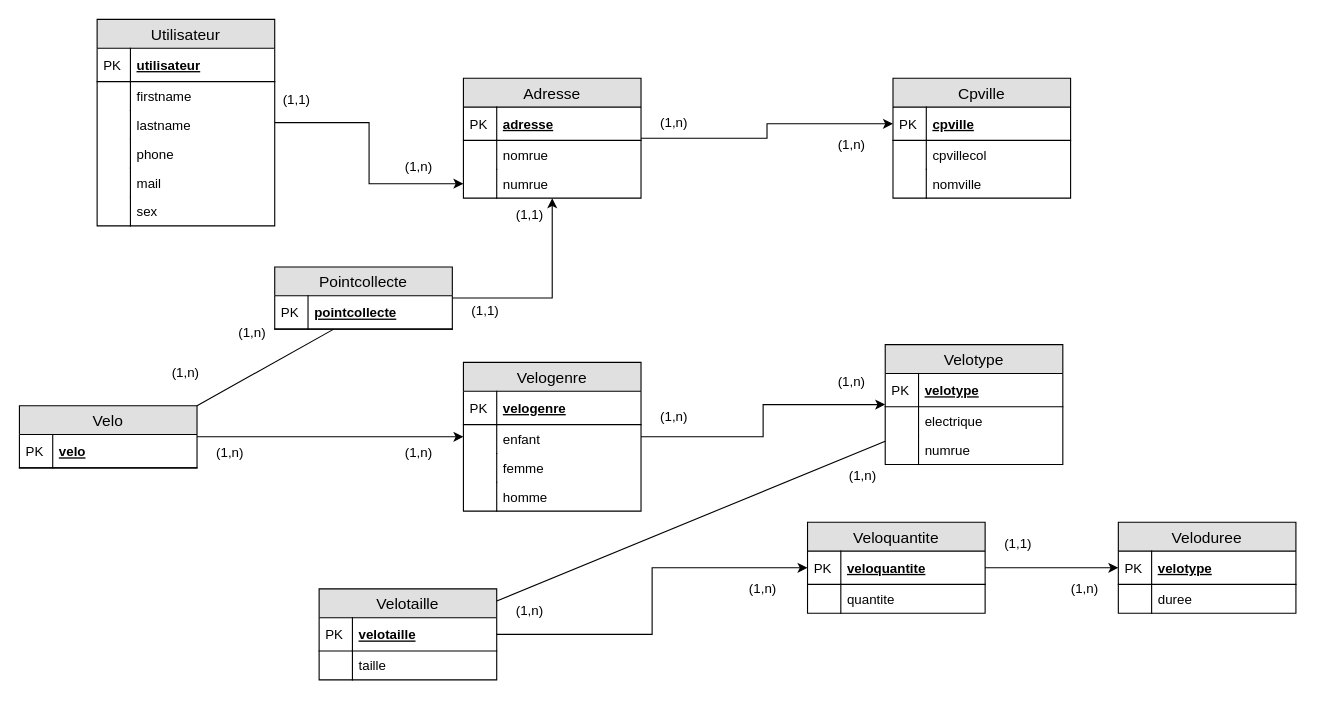
Earlier version of the draw.io diagram MySQL/Untitled Diagram.drawio (Barrkevin/GithubKevin). Source tidied: cells renumbered, new cells numbered last; positions are measured from the earlier drawing's top-left corner, leaving out a move shared by most shapes. Both pictures are drawn from the tidied source at 111%, with x=0, y=0 at pixel (19, 19).
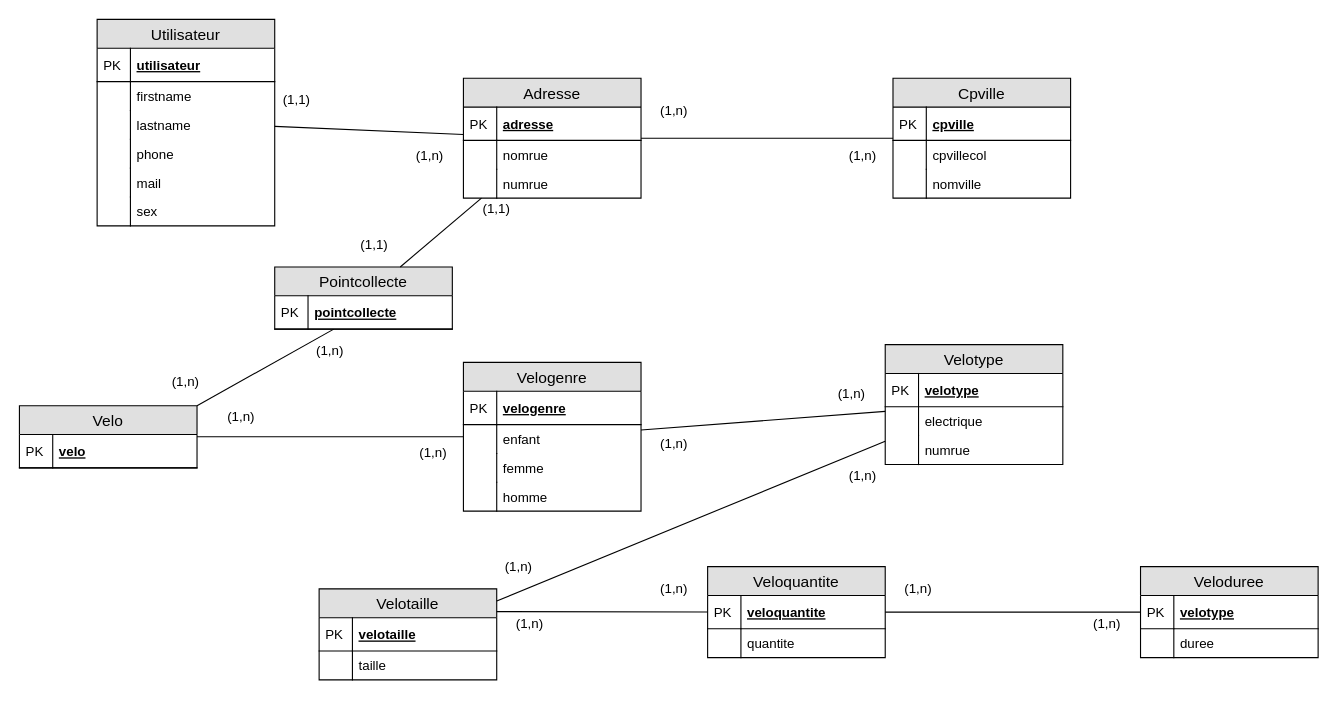
After the change.

The change refers to these unchanged cells:
```xml
<mxCell id="3" value="Utilisateur" style="swimlane;fontStyle=0;horizontal=1;startSize=26;fillColor=#e0e0e0;swimlaneFillColor=#ffffff;align=center;fontSize=14;" parent="1" vertex="1">
  <mxGeometry x="70" width="160" height="186" as="geometry" />
</mxCell>
<mxCell id="17" value="Adresse" style="swimlane;fontStyle=0;horizontal=1;startSize=26;fillColor=#e0e0e0;swimlaneFillColor=#ffffff;align=center;fontSize=14;" parent="1" vertex="1">
  <mxGeometry x="400" y="53" width="160" height="108" as="geometry" />
</mxCell>
<mxCell id="22" value="numrue" style="shape=partialRectangle;top=0;left=0;right=0;bottom=0;align=left;verticalAlign=top;fillColor=none;spacingLeft=34;spacingRight=4;overflow=hidden;points=[[0,0.5],[1,0.5]];portConstraint=eastwest;fontSize=12;" parent="17" vertex="1">
  <mxGeometry y="82" width="160" height="26" as="geometry" />
</mxCell>
<mxCell id="24" value="Cpville" style="swimlane;fontStyle=0;horizontal=1;startSize=26;fillColor=#e0e0e0;swimlaneFillColor=#ffffff;align=center;fontSize=14;" parent="1" vertex="1">
  <mxGeometry x="787" y="53" width="160" height="108" as="geometry" />
</mxCell>
<mxCell id="25" value="cpville" style="shape=partialRectangle;top=0;left=0;right=0;bottom=1;align=left;verticalAlign=middle;fillColor=none;spacingLeft=34;spacingRight=4;overflow=hidden;points=[[0,0.5],[1,0.5]];portConstraint=eastwest;fontStyle=5;fontSize=12;" parent="24" vertex="1">
  <mxGeometry y="26" width="160" height="30" as="geometry" />
</mxCell>
<mxCell id="32" value="Velo" style="swimlane;fontStyle=0;horizontal=1;startSize=26;fillColor=#e0e0e0;swimlaneFillColor=#ffffff;align=center;fontSize=14;" parent="1" vertex="1">
  <mxGeometry y="348" width="160" height="56" as="geometry" />
</mxCell>
<mxCell id="36" value="Velogenre" style="swimlane;fontStyle=0;horizontal=1;startSize=26;fillColor=#e0e0e0;swimlaneFillColor=#ffffff;align=center;fontSize=14;" parent="1" vertex="1">
  <mxGeometry x="400" y="309" width="160" height="134" as="geometry" />
</mxCell>
<mxCell id="45" value="Velotype" style="swimlane;fontStyle=0;horizontal=1;startSize=26;fillColor=#e0e0e0;swimlaneFillColor=#ffffff;align=center;fontSize=14;" parent="1" vertex="1">
  <mxGeometry x="780" y="293" width="160" height="108" as="geometry" />
</mxCell>
<mxCell id="53" value="velotype" style="shape=partialRectangle;top=0;left=0;right=0;bottom=1;align=left;verticalAlign=middle;fillColor=none;spacingLeft=34;spacingRight=4;overflow=hidden;points=[[0,0.5],[1,0.5]];portConstraint=eastwest;fontStyle=5;fontSize=12;" parent="52" vertex="1">
  <mxGeometry y="26" width="160" height="30" as="geometry" />
</mxCell>
<mxCell id="58" value="veloquantite" style="shape=partialRectangle;top=0;left=0;right=0;bottom=1;align=left;verticalAlign=middle;fillColor=none;spacingLeft=34;spacingRight=4;overflow=hidden;points=[[0,0.5],[1,0.5]];portConstraint=eastwest;fontStyle=5;fontSize=12;" parent="57" vertex="1">
  <mxGeometry y="26" width="160" height="30" as="geometry" />
</mxCell>
<mxCell id="62" value="Velotaille" style="swimlane;fontStyle=0;horizontal=1;startSize=26;fillColor=#e0e0e0;swimlaneFillColor=#ffffff;align=center;fontSize=14;" parent="1" vertex="1">
  <mxGeometry x="270" y="513" width="160" height="82" as="geometry" />
</mxCell>
<mxCell id="63" value="velotaille" style="shape=partialRectangle;top=0;left=0;right=0;bottom=1;align=left;verticalAlign=middle;fillColor=none;spacingLeft=34;spacingRight=4;overflow=hidden;points=[[0,0.5],[1,0.5]];portConstraint=eastwest;fontStyle=5;fontSize=12;" parent="62" vertex="1">
  <mxGeometry y="26" width="160" height="30" as="geometry" />
</mxCell>
<mxCell id="85" value="Pointcollecte" style="swimlane;fontStyle=0;horizontal=1;startSize=26;fillColor=#e0e0e0;swimlaneFillColor=#ffffff;align=center;fontSize=14;" parent="1" vertex="1">
  <mxGeometry x="230" y="223" width="160" height="56" as="geometry" />
</mxCell>
```

Diff of the diagram source:
```diff
@@
-    <mxCell id="2" style="edgeStyle=orthogonalEdgeStyle;rounded=0;jettySize=auto;html=1;" parent="1" edge="1" source="3" target="22">
-      <mxGeometry relative="1" as="geometry" />
-    </mxCell>
@@
-    <mxCell id="16" style="edgeStyle=orthogonalEdgeStyle;rounded=0;jettySize=auto;html=1;" parent="1" edge="1" source="17" target="25">
-      <mxGeometry relative="1" as="geometry" />
-    </mxCell>
@@
-    <mxCell id="31" style="edgeStyle=orthogonalEdgeStyle;rounded=0;jettySize=auto;html=1;" parent="1" edge="1" source="32" target="36">
-      <mxGeometry relative="1" as="geometry" />
-    </mxCell>
@@
-    <mxCell id="35" style="edgeStyle=orthogonalEdgeStyle;rounded=0;jettySize=auto;html=1;" parent="1" edge="1" source="36" target="45">
-      <mxGeometry relative="1" as="geometry" />
-    </mxCell>
@@
     <mxCell id="52" value="Veloduree" style="swimlane;fontStyle=0;horizontal=1;startSize=26;fillColor=#e0e0e0;swimlaneFillColor=#ffffff;align=center;fontSize=14;" parent="1" vertex="1">
-      <mxGeometry x="990" y="453" width="160" height="82" as="geometry" />
+      <mxGeometry x="1010" y="493" width="160" height="82" as="geometry" />
     </mxCell>
@@
     <mxCell id="57" value="Veloquantite" style="swimlane;fontStyle=0;horizontal=1;startSize=26;fillColor=#e0e0e0;swimlaneFillColor=#ffffff;align=center;fontSize=14;" parent="1" vertex="1">
-      <mxGeometry x="710" y="453" width="160" height="82" as="geometry" />
+      <mxGeometry x="620" y="493" width="160" height="82" as="geometry" />
     </mxCell>
@@
-    <mxCell id="69" style="edgeStyle=orthogonalEdgeStyle;rounded=0;jettySize=auto;html=1;" parent="1" edge="1" source="63" target="58">
-      <mxGeometry relative="1" as="geometry" />
-    </mxCell>
-    <mxCell id="70" style="edgeStyle=orthogonalEdgeStyle;rounded=0;jettySize=auto;html=1;" parent="1" edge="1" source="58" target="53">
-      <mxGeometry relative="1" as="geometry" />
-    </mxCell>
@@
     <mxCell id="72" value="(1,n)" style="text;html=1;strokeColor=none;fillColor=none;align=center;verticalAlign=middle;whiteSpace=wrap;rounded=0;" parent="1" vertex="1">
-      <mxGeometry x="340" y="123" width="40" height="20" as="geometry" />
+      <mxGeometry x="350" y="113" width="40" height="20" as="geometry" />
     </mxCell>
     <mxCell id="73" value="(1,n)" style="text;html=1;strokeColor=none;fillColor=none;align=center;verticalAlign=middle;whiteSpace=wrap;rounded=0;" parent="1" vertex="1">
-      <mxGeometry x="570" y="83" width="40" height="20" as="geometry" />
+      <mxGeometry x="570" y="73" width="40" height="20" as="geometry" />
     </mxCell>
     <mxCell id="74" value="(1,n)" style="text;html=1;strokeColor=none;fillColor=none;align=center;verticalAlign=middle;whiteSpace=wrap;rounded=0;" parent="1" vertex="1">
-      <mxGeometry x="730" y="103" width="40" height="20" as="geometry" />
+      <mxGeometry x="740" y="113" width="40" height="20" as="geometry" />
     </mxCell>
     <mxCell id="75" value="(1,n)" style="text;html=1;strokeColor=none;fillColor=none;align=center;verticalAlign=middle;whiteSpace=wrap;rounded=0;" parent="1" vertex="1">
-      <mxGeometry x="340" y="381" width="40" height="20" as="geometry" />
+      <mxGeometry x="353" y="381" width="40" height="20" as="geometry" />
     </mxCell>
     <mxCell id="76" value="(1,n)" style="text;html=1;strokeColor=none;fillColor=none;align=center;verticalAlign=middle;whiteSpace=wrap;rounded=0;" parent="1" vertex="1">
-      <mxGeometry x="570" y="348" width="40" height="20" as="geometry" />
+      <mxGeometry x="570" y="373" width="40" height="20" as="geometry" />
     </mxCell>
     <mxCell id="77" value="(1,n)" style="text;html=1;strokeColor=none;fillColor=none;align=center;verticalAlign=middle;whiteSpace=wrap;rounded=0;" parent="1" vertex="1">
-      <mxGeometry x="730" y="317" width="40" height="20" as="geometry" />
+      <mxGeometry x="730" y="328" width="40" height="20" as="geometry" />
     </mxCell>
@@
     <mxCell id="79" value="(1,n)" style="text;html=1;strokeColor=none;fillColor=none;align=center;verticalAlign=middle;whiteSpace=wrap;rounded=0;" parent="1" vertex="1">
-      <mxGeometry x="440" y="523" width="40" height="20" as="geometry" />
+      <mxGeometry x="440" y="535" width="40" height="20" as="geometry" />
     </mxCell>
     <mxCell id="80" value="(1,n)" style="text;html=1;strokeColor=none;fillColor=none;align=center;verticalAlign=middle;whiteSpace=wrap;rounded=0;" parent="1" vertex="1">
-      <mxGeometry x="650" y="503" width="40" height="20" as="geometry" />
+      <mxGeometry x="570" y="503" width="40" height="20" as="geometry" />
     </mxCell>
-    <mxCell id="81" value="(1,1)" style="text;html=1;strokeColor=none;fillColor=none;align=center;verticalAlign=middle;whiteSpace=wrap;rounded=0;" parent="1" vertex="1">
-      <mxGeometry x="880" y="463" width="40" height="20" as="geometry" />
+    <mxCell id="81" value="(1,n)" style="text;html=1;strokeColor=none;fillColor=none;align=center;verticalAlign=middle;whiteSpace=wrap;rounded=0;" parent="1" vertex="1">
+      <mxGeometry x="790" y="503" width="40" height="20" as="geometry" />
     </mxCell>
     <mxCell id="82" value="(1,n)" style="text;html=1;strokeColor=none;fillColor=none;align=center;verticalAlign=middle;whiteSpace=wrap;rounded=0;" parent="1" vertex="1">
-      <mxGeometry x="940" y="503" width="40" height="20" as="geometry" />
+      <mxGeometry x="960" y="535" width="40" height="20" as="geometry" />
     </mxCell>
     <mxCell id="83" value="(1,n)" style="text;html=1;strokeColor=none;fillColor=none;align=center;verticalAlign=middle;whiteSpace=wrap;rounded=0;" parent="1" vertex="1">
-      <mxGeometry x="170" y="381" width="40" height="20" as="geometry" />
+      <mxGeometry x="180" y="348" width="40" height="20" as="geometry" />
     </mxCell>
-    <mxCell id="84" style="edgeStyle=orthogonalEdgeStyle;rounded=0;jettySize=auto;html=1;" parent="1" edge="1" source="85" target="17">
-      <mxGeometry relative="1" as="geometry" />
-    </mxCell>
@@
     <mxCell id="88" value="(1,1)" style="text;html=1;strokeColor=none;fillColor=none;align=center;verticalAlign=middle;whiteSpace=wrap;rounded=0;" parent="1" vertex="1">
-      <mxGeometry x="440" y="166" width="40" height="20" as="geometry" />
+      <mxGeometry x="410" y="161" width="40" height="20" as="geometry" />
     </mxCell>
     <mxCell id="89" value="(1,1)" style="text;html=1;strokeColor=none;fillColor=none;align=center;verticalAlign=middle;whiteSpace=wrap;rounded=0;" parent="1" vertex="1">
-      <mxGeometry x="400" y="253" width="40" height="20" as="geometry" />
+      <mxGeometry x="300" y="193" width="40" height="20" as="geometry" />
     </mxCell>
     <mxCell id="90" value="(1,n)" style="text;html=1;strokeColor=none;fillColor=none;align=center;verticalAlign=middle;whiteSpace=wrap;rounded=0;" parent="1" vertex="1">
-      <mxGeometry x="190" y="273" width="40" height="20" as="geometry" />
+      <mxGeometry x="260" y="289" width="40" height="20" as="geometry" />
     </mxCell>
     <mxCell id="91" value="(1,n)" style="text;html=1;strokeColor=none;fillColor=none;align=center;verticalAlign=middle;whiteSpace=wrap;rounded=0;" parent="1" vertex="1">
-      <mxGeometry x="130" y="309" width="40" height="20" as="geometry" />
+      <mxGeometry x="130" y="317" width="40" height="20" as="geometry" />
     </mxCell>
+    <mxCell id="92" value="(1,n)" style="text;html=1;strokeColor=none;fillColor=none;align=center;verticalAlign=middle;whiteSpace=wrap;rounded=0;" parent="1" vertex="1">
+      <mxGeometry x="430" y="483" width="40" height="20" as="geometry" />
+    </mxCell>
+    <mxCell id="84" style="endArrow=none;html=1;" parent="1" edge="1" source="85" target="17">
+      <mxGeometry relative="1" as="geometry" />
+    </mxCell>
+    <mxCell id="93" style="endArrow=none;html=1;rounded=0;exitX=1;exitY=0.25;exitDx=0;exitDy=0;" parent="1" edge="1" source="62" target="57">
+      <mxGeometry relative="1" as="geometry" />
+    </mxCell>
+    <mxCell id="94" style="endArrow=none;html=1;rounded=0;" parent="1" edge="1" source="57" target="52">
+      <mxGeometry relative="1" as="geometry" />
+    </mxCell>
+    <mxCell id="35" style="endArrow=none;html=1;rounded=0;" parent="1" edge="1" source="36" target="45">
+      <mxGeometry relative="1" as="geometry" />
+    </mxCell>
+    <mxCell id="31" style="endArrow=none;html=1;rounded=0;" parent="1" edge="1" source="32" target="36">
+      <mxGeometry relative="1" as="geometry" />
+    </mxCell>
+    <mxCell id="95" style="endArrow=none;html=1;rounded=0;" parent="1" edge="1" source="3" target="17">
+      <mxGeometry relative="1" as="geometry" />
+    </mxCell>
+    <mxCell id="96" style="endArrow=none;html=1;rounded=0;" parent="1" edge="1" source="17" target="24">
+      <mxGeometry relative="1" as="geometry" />
+    </mxCell>
```
